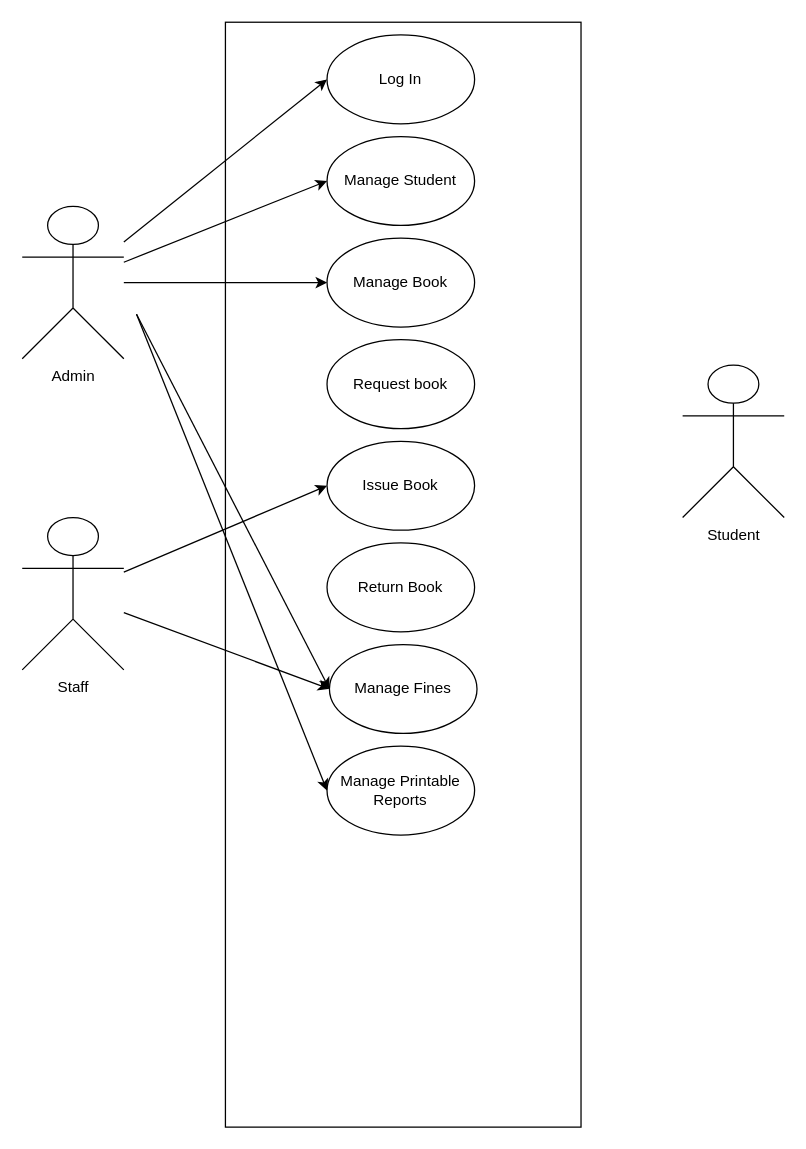
Earlier version of the draw.io diagram uc.drawio (Jayrou12345/Flowchart). Source tidied: cells renumbered, new cells numbered last; positions are measured from the earlier drawing's top-left corner, leaving out a move shared by most shapes. Both pictures are drawn from the tidied source at 127%, with x=0, y=0 at pixel (22, 22).
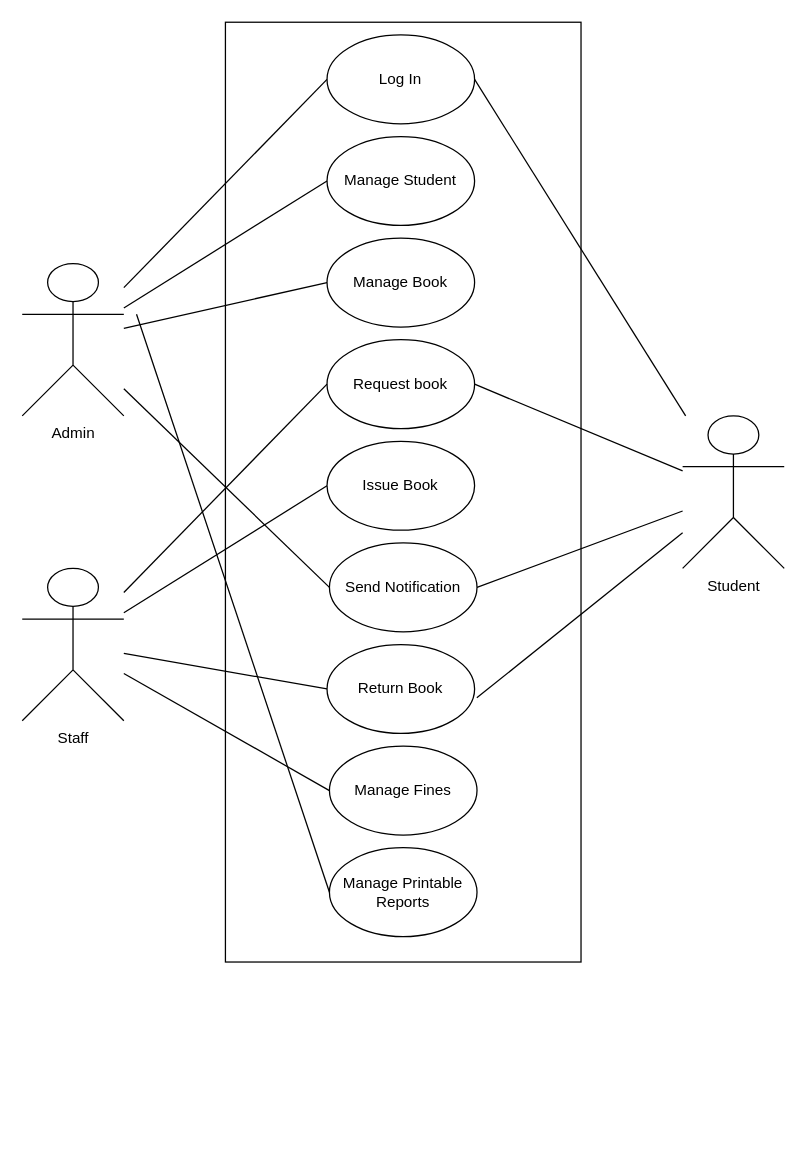
After the change.

The change refers to these unchanged cells:
```xml
<mxCell id="8" value="Log In" style="ellipse;whiteSpace=wrap;html=1;fillColor=none;" parent="1" vertex="1">
  <mxGeometry x="240" y="10" width="116.2" height="70" as="geometry" />
</mxCell>
<mxCell id="9" value="Manage Student" style="ellipse;whiteSpace=wrap;html=1;fillColor=none;" parent="1" vertex="1">
  <mxGeometry x="240" y="90" width="116.2" height="70" as="geometry" />
</mxCell>
<mxCell id="10" value="Manage Book" style="ellipse;whiteSpace=wrap;html=1;fillColor=none;" parent="1" vertex="1">
  <mxGeometry x="240" y="170" width="116.2" height="70" as="geometry" />
</mxCell>
<mxCell id="11" value="Request book" style="ellipse;whiteSpace=wrap;html=1;fillColor=none;" parent="1" vertex="1">
  <mxGeometry x="240" y="250" width="116.2" height="70" as="geometry" />
</mxCell>
<mxCell id="12" value="Issue Book" style="ellipse;whiteSpace=wrap;html=1;fillColor=none;" parent="1" vertex="1">
  <mxGeometry x="240" y="330" width="116.2" height="70" as="geometry" />
</mxCell>
```

What changed in the source:
```diff
@@
-    <mxCell id="2" style="rounded=0;jettySize=auto;html=1;entryX=0;entryY=0.5;entryDx=0;entryDy=0;" parent="1" edge="1" source="6" target="8">
+    <mxCell id="2" style="rounded=0;jettySize=auto;html=1;entryX=0;entryY=0.5;entryDx=0;entryDy=0;endArrow=none;endFill=0;" parent="1" edge="1" source="6" target="8">
       <mxGeometry relative="1" as="geometry" />
     </mxCell>
-    <mxCell id="3" style="rounded=0;jettySize=auto;html=1;entryX=0;entryY=0.5;entryDx=0;entryDy=0;" parent="1" edge="1" source="6" target="9">
+    <mxCell id="3" style="rounded=0;jettySize=auto;html=1;entryX=0;entryY=0.5;entryDx=0;entryDy=0;endArrow=none;endFill=0;" parent="1" edge="1" source="6" target="9">
       <mxGeometry relative="1" as="geometry" />
     </mxCell>
-    <mxCell id="4" style="rounded=0;jettySize=auto;html=1;entryX=0;entryY=0.5;entryDx=0;entryDy=0;" parent="1" edge="1" source="6" target="10">
+    <mxCell id="4" style="rounded=0;jettySize=auto;html=1;entryX=0;entryY=0.5;entryDx=0;entryDy=0;endArrow=none;endFill=0;" parent="1" edge="1" source="6" target="10">
       <mxGeometry relative="1" as="geometry" />
     </mxCell>
-    <mxCell id="5" style="rounded=0;jettySize=auto;html=1;entryX=0;entryY=0.5;entryDx=0;entryDy=0;" parent="1" edge="1" target="14">
-      <mxGeometry relative="1" as="geometry">
-        <mxPoint x="90" y="230" as="sourcePoint" />
-      </mxGeometry>
-    </mxCell>
+    <mxCell id="21" style="rounded=0;jettySize=auto;html=1;entryX=0;entryY=0.5;entryDx=0;entryDy=0;endArrow=none;endFill=0;" parent="1" edge="1" source="6" target="28">
+      <mxGeometry relative="1" as="geometry" />
+    </mxCell>
     <mxCell id="6" value="Admin" style="shape=umlActor;verticalLabelPosition=bottom;verticalAlign=top;html=1;outlineConnect=0;" parent="1" vertex="1">
-      <mxGeometry y="145" width="80" height="120" as="geometry" />
+      <mxGeometry y="190" width="80" height="120" as="geometry" />
     </mxCell>
     <mxCell id="7" style="rounded=0;whiteSpace=wrap;html=1;fillColor=none;" parent="1" vertex="1">
-      <mxGeometry x="160" width="280" height="870" as="geometry" />
+      <mxGeometry x="160" width="280" height="740" as="geometry" />
     </mxCell>
@@
     <mxCell id="13" value="Return Book" style="ellipse;whiteSpace=wrap;html=1;fillColor=none;" parent="1" vertex="1">
-      <mxGeometry x="240" y="410" width="116.2" height="70" as="geometry" />
+      <mxGeometry x="240" y="490" width="116.2" height="70" as="geometry" />
     </mxCell>
     <mxCell id="14" value="Manage Fines" style="ellipse;whiteSpace=wrap;html=1;fillColor=none;" parent="1" vertex="1">
-      <mxGeometry x="241.9" y="490" width="116.2" height="70" as="geometry" />
+      <mxGeometry x="241.9" y="570" width="116.2" height="70" as="geometry" />
     </mxCell>
     <mxCell id="15" value="Manage Printable Reports" style="ellipse;whiteSpace=wrap;html=1;fillColor=none;" parent="1" vertex="1">
-      <mxGeometry x="240" y="570" width="116.2" height="70" as="geometry" />
+      <mxGeometry x="241.9" y="650" width="116.2" height="70" as="geometry" />
     </mxCell>
-    <mxCell id="16" style="rounded=0;jettySize=auto;html=1;entryX=0;entryY=0.5;entryDx=0;entryDy=0;" parent="1" edge="1" source="18" target="12">
+    <mxCell id="16" style="rounded=0;jettySize=auto;html=1;entryX=0;entryY=0.5;entryDx=0;entryDy=0;endArrow=none;endFill=0;" parent="1" edge="1" source="18" target="12">
       <mxGeometry relative="1" as="geometry" />
     </mxCell>
-    <mxCell id="17" style="rounded=0;jettySize=auto;html=1;entryX=0;entryY=0.5;entryDx=0;entryDy=0;" parent="1" edge="1" source="18" target="14">
+    <mxCell id="17" style="rounded=0;jettySize=auto;html=1;entryX=0;entryY=0.5;entryDx=0;entryDy=0;endArrow=none;endFill=0;" parent="1" edge="1" source="18" target="14">
       <mxGeometry relative="1" as="geometry" />
     </mxCell>
+    <mxCell id="22" style="rounded=0;jettySize=auto;html=1;entryX=0;entryY=0.5;entryDx=0;entryDy=0;endArrow=none;endFill=0;" parent="1" edge="1" source="18" target="13">
+      <mxGeometry relative="1" as="geometry" />
+    </mxCell>
+    <mxCell id="23" style="rounded=0;jettySize=auto;html=1;entryX=0;entryY=0.5;entryDx=0;entryDy=0;endArrow=none;endFill=0;" parent="1" edge="1" source="18" target="11">
+      <mxGeometry relative="1" as="geometry" />
+    </mxCell>
     <mxCell id="18" value="Staff" style="shape=umlActor;verticalLabelPosition=bottom;verticalAlign=top;html=1;outlineConnect=0;" parent="1" vertex="1">
-      <mxGeometry y="390" width="80" height="120" as="geometry" />
+      <mxGeometry y="430" width="80" height="120" as="geometry" />
     </mxCell>
+    <mxCell id="24" style="rounded=0;jettySize=auto;html=1;entryX=1;entryY=0.5;entryDx=0;entryDy=0;endArrow=none;endFill=0;" parent="1" edge="1" source="19" target="8">
+      <mxGeometry relative="1" as="geometry" />
+    </mxCell>
+    <mxCell id="25" style="rounded=0;jettySize=auto;html=1;entryX=1;entryY=0.5;entryDx=0;entryDy=0;endArrow=none;endFill=0;" parent="1" edge="1" source="19" target="11">
+      <mxGeometry relative="1" as="geometry" />
+    </mxCell>
+    <mxCell id="26" style="rounded=0;jettySize=auto;html=1;entryX=1;entryY=0.5;entryDx=0;entryDy=0;endArrow=none;endFill=0;" parent="1" edge="1" source="19" target="28">
+      <mxGeometry relative="1" as="geometry" />
+    </mxCell>
     <mxCell id="19" value="Student" style="shape=umlActor;verticalLabelPosition=bottom;verticalAlign=top;html=1;outlineConnect=0;" parent="1" vertex="1">
-      <mxGeometry x="520" y="270" width="80" height="120" as="geometry" />
+      <mxGeometry x="520" y="310" width="80" height="120" as="geometry" />
     </mxCell>
-    <mxCell id="20" style="rounded=0;jettySize=auto;html=1;entryX=0;entryY=0.5;entryDx=0;entryDy=0;" parent="1" edge="1" target="15">
+    <mxCell id="20" style="rounded=0;jettySize=auto;html=1;entryX=0;entryY=0.5;entryDx=0;entryDy=0;endArrow=none;endFill=0;" parent="1" edge="1" target="15">
       <mxGeometry relative="1" as="geometry">
         <mxPoint x="90" y="230" as="sourcePoint" />
       </mxGeometry>
     </mxCell>
+    <mxCell id="27" style="rounded=0;jettySize=auto;html=1;entryX=1.015;entryY=0.6;entryDx=0;entryDy=0;entryPerimeter=0;endArrow=none;endFill=0;" parent="1" edge="1" source="19" target="13">
+      <mxGeometry relative="1" as="geometry" />
+    </mxCell>
+    <mxCell id="28" value="Send Notification" style="ellipse;whiteSpace=wrap;html=1;fillColor=none;" parent="1" vertex="1">
+      <mxGeometry x="241.9" y="410" width="116.2" height="70" as="geometry" />
+    </mxCell>
```
